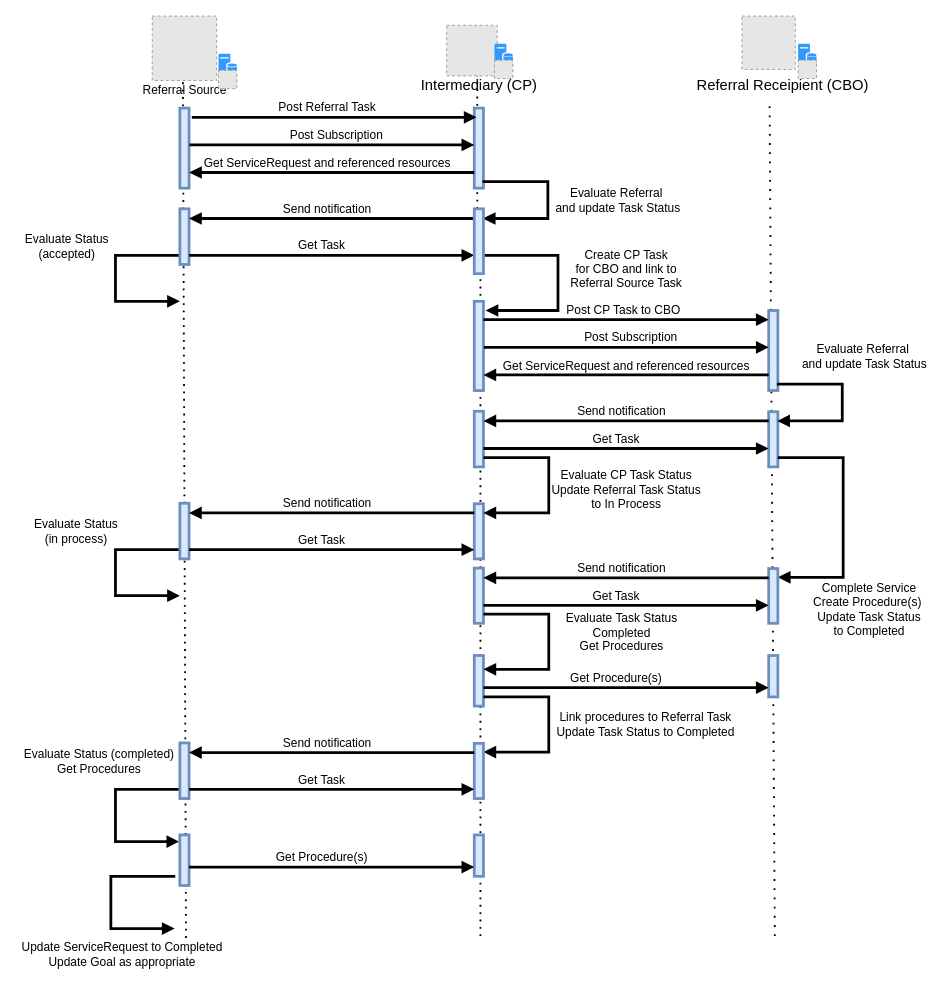
Above: Images Source/IndirectReferralDetail.drawio in HL7/fhir-sdoh-clinicalcare (draw.io), before the change. Source tidied: cells renumbered, new cells numbered last; positions are measured from the earlier drawing's top-left corner, leaving out a move shared by most shapes. Both pictures are drawn from the tidied source at 92%, with x=0, y=0 at pixel (16, 16). Pictures stored in the file or linked from it are replaced by grey dashed boxes.
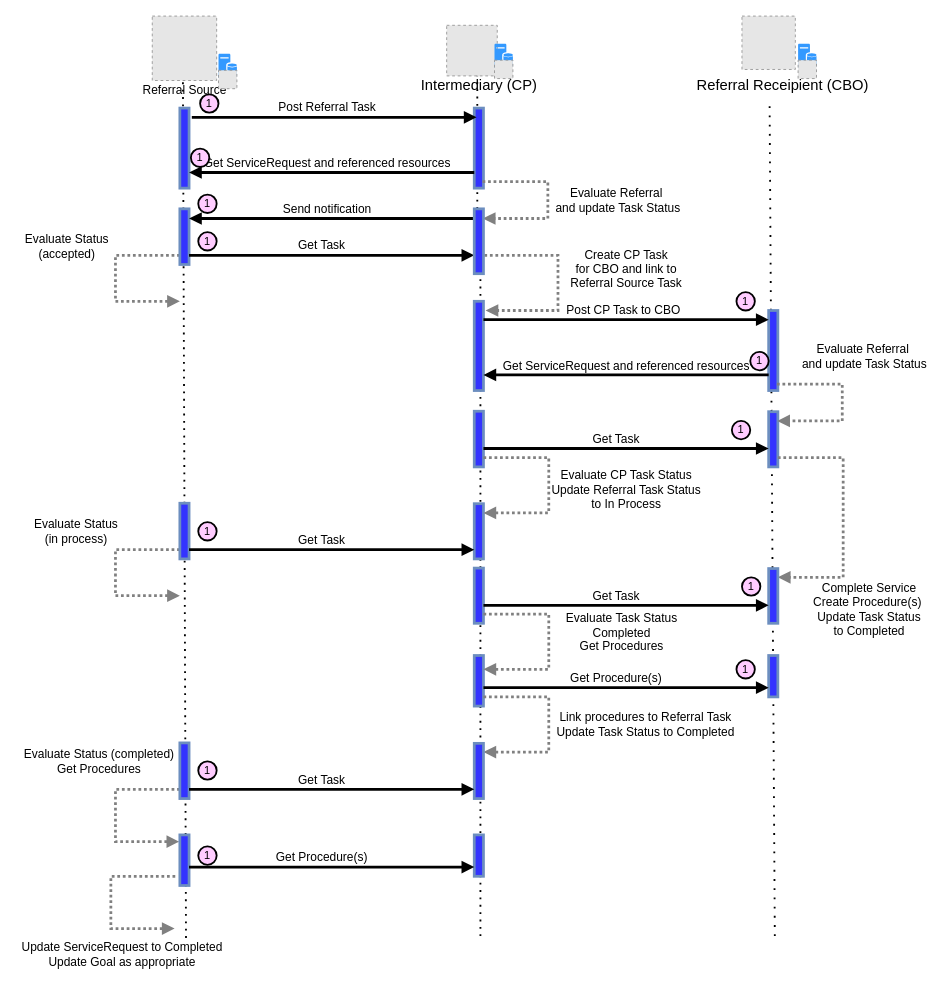
After the change.

Commit message (it also covers changes not shown here):
indirect referral light

Diff of the diagram source:
```diff
@@
-    <mxCell id="6" style="edgeStyle=orthogonalEdgeStyle;html=1;align=left;spacingLeft=2;endArrow=block;rounded=0;strokeWidth=3;fontSize=13;" parent="1" edge="1">
+    <mxCell id="6" style="edgeStyle=orthogonalEdgeStyle;html=1;align=left;spacingLeft=2;endArrow=block;rounded=0;strokeWidth=3;fontSize=13;strokeColor=#808080;dashed=1;dashPattern=1 1;" parent="1" edge="1">
       <mxGeometry x="0.05" y="-20" relative="1" as="geometry">
         <mxPoint x="178" y="260" as="sourcePoint" />
         <mxPoint x="178" y="310" as="targetPoint" />
         <Array as="points">
           <mxPoint x="108" y="260" />
           <mxPoint x="108" y="310" />
           <mxPoint x="173" y="310" />
         </Array>
       </mxGeometry>
     </mxCell>
-    <mxCell id="7" style="html=1;perimeter=orthogonalPerimeter;fillColor=#dae8fc;strokeColor=#6c8ebf;strokeWidth=3;fontSize=13;" parent="1" vertex="1">
+    <mxCell id="7" style="html=1;perimeter=orthogonalPerimeter;fillColor=#3333FF;strokeColor=#6c8ebf;strokeWidth=3;fontSize=13;" parent="1" vertex="1">
       <mxGeometry x="498" y="695" width="10" height="55" as="geometry" />
     </mxCell>
-    <mxCell id="8" style="html=1;perimeter=orthogonalPerimeter;fillColor=#dae8fc;strokeColor=#6c8ebf;strokeWidth=3;fontSize=13;" parent="1" vertex="1">
+    <mxCell id="8" style="html=1;perimeter=orthogonalPerimeter;fillColor=#3333FF;strokeColor=#6c8ebf;strokeWidth=3;fontSize=13;" parent="1" vertex="1">
       <mxGeometry x="178" y="100" width="10" height="87" as="geometry" />
     </mxCell>
-    <mxCell id="9" style="html=1;perimeter=orthogonalPerimeter;fillColor=#dae8fc;strokeColor=#6c8ebf;strokeWidth=3;fontSize=13;" parent="1" vertex="1">
+    <mxCell id="9" style="html=1;perimeter=orthogonalPerimeter;fillColor=#3333FF;strokeColor=#6c8ebf;strokeWidth=3;fontSize=13;" parent="1" vertex="1">
       <mxGeometry x="498" y="100" width="10" height="87" as="geometry" />
     </mxCell>
@@
-    <mxCell id="12" value="&lt;span style=&quot;font-size: 13px;&quot;&gt;Post Subscription&lt;br style=&quot;font-size: 13px;&quot;&gt;&lt;/span&gt;" style="html=1;verticalAlign=bottom;endArrow=block;strokeWidth=3;fontSize=13;" parent="1" edge="1">
-      <mxGeometry x="0.03" relative="1" as="geometry">
-        <mxPoint x="188.5" y="140" as="sourcePoint" />
-        <mxPoint x="498" y="140" as="targetPoint" />
-        <Array as="points">
-          <mxPoint x="348" y="140" />
-        </Array>
-      </mxGeometry>
-    </mxCell>
-    <mxCell id="13" style="edgeStyle=orthogonalEdgeStyle;html=1;align=left;spacingLeft=2;endArrow=block;rounded=0;entryX=0.933;entryY=0.167;entryDx=0;entryDy=0;entryPerimeter=0;strokeWidth=3;fontSize=13;" parent="1" edge="1">
+    <mxCell id="13" style="edgeStyle=orthogonalEdgeStyle;html=1;align=left;spacingLeft=2;endArrow=block;rounded=0;entryX=0.933;entryY=0.167;entryDx=0;entryDy=0;entryPerimeter=0;strokeWidth=3;fontSize=13;strokeColor=#808080;dashed=1;dashPattern=1 1;" parent="1" edge="1">
       <mxGeometry x="-0.01" y="-60" relative="1" as="geometry">
         <mxPoint x="507" y="180" as="sourcePoint" />
         <mxPoint x="507.3" y="220" as="targetPoint" />
         <Array as="points">
           <mxPoint x="578" y="180" />
           <mxPoint x="578" y="220" />
         </Array>
       </mxGeometry>
     </mxCell>
-    <mxCell id="14" style="html=1;perimeter=orthogonalPerimeter;fillColor=#dae8fc;strokeColor=#6c8ebf;strokeWidth=3;fontSize=13;" parent="1" vertex="1">
+    <mxCell id="14" style="html=1;perimeter=orthogonalPerimeter;fillColor=#3333FF;strokeColor=#6c8ebf;strokeWidth=3;fontSize=13;" parent="1" vertex="1">
       <mxGeometry x="178" y="209.5" width="10" height="60.5" as="geometry" />
     </mxCell>
@@
-    <mxCell id="17" style="html=1;points=[];perimeter=orthogonalPerimeter;fillColor=#dae8fc;strokeColor=#6c8ebf;strokeWidth=3;fontSize=13;" parent="1" vertex="1">
+    <mxCell id="17" style="html=1;points=[];perimeter=orthogonalPerimeter;fillColor=#3333FF;strokeColor=#6c8ebf;strokeWidth=3;fontSize=13;" parent="1" vertex="1">
       <mxGeometry x="818" y="430" width="10" height="60" as="geometry" />
     </mxCell>
-    <mxCell id="18" style="html=1;perimeter=orthogonalPerimeter;fillColor=#dae8fc;strokeColor=#6c8ebf;strokeWidth=3;fontSize=13;" parent="1" vertex="1">
+    <mxCell id="18" style="html=1;perimeter=orthogonalPerimeter;fillColor=#3333FF;strokeColor=#6c8ebf;strokeWidth=3;fontSize=13;" parent="1" vertex="1">
       <mxGeometry x="498" y="310" width="10" height="97" as="geometry" />
     </mxCell>
-    <mxCell id="19" style="html=1;perimeter=orthogonalPerimeter;fillColor=#dae8fc;strokeColor=#6c8ebf;strokeWidth=3;fontSize=13;" parent="1" vertex="1">
+    <mxCell id="19" style="html=1;perimeter=orthogonalPerimeter;fillColor=#3333FF;strokeColor=#6c8ebf;strokeWidth=3;fontSize=13;" parent="1" vertex="1">
       <mxGeometry x="818" y="320" width="10" height="87" as="geometry" />
     </mxCell>
@@
-    <mxCell id="22" value="&lt;span style=&quot;font-size: 13px;&quot;&gt;Post Subscription&lt;br style=&quot;font-size: 13px;&quot;&gt;&lt;/span&gt;" style="html=1;verticalAlign=bottom;endArrow=block;strokeWidth=3;fontSize=13;" parent="1" edge="1">
-      <mxGeometry x="0.03" relative="1" as="geometry">
-        <mxPoint x="508.5" y="360" as="sourcePoint" />
-        <mxPoint x="818" y="360" as="targetPoint" />
-        <Array as="points">
-          <mxPoint x="668" y="360" />
-        </Array>
-      </mxGeometry>
-    </mxCell>
-    <mxCell id="23" style="edgeStyle=orthogonalEdgeStyle;html=1;align=left;spacingLeft=2;endArrow=block;rounded=0;entryX=0.933;entryY=0.167;entryDx=0;entryDy=0;entryPerimeter=0;strokeWidth=3;fontSize=13;" parent="1" edge="1" target="17">
+    <mxCell id="23" style="edgeStyle=orthogonalEdgeStyle;html=1;align=left;spacingLeft=2;endArrow=block;rounded=0;entryX=0.933;entryY=0.167;entryDx=0;entryDy=0;entryPerimeter=0;strokeWidth=3;fontSize=13;strokeColor=#808080;dashed=1;dashPattern=1 1;" parent="1" edge="1" target="17">
       <mxGeometry x="-0.01" y="-60" relative="1" as="geometry">
         <mxPoint x="827" y="400" as="sourcePoint" />
         <Array as="points">
           <mxPoint x="898" y="400" />
           <mxPoint x="898" y="440" />
         </Array>
       </mxGeometry>
     </mxCell>
-    <mxCell id="24" style="html=1;perimeter=orthogonalPerimeter;fillColor=#dae8fc;strokeColor=#6c8ebf;strokeWidth=3;fontSize=13;" parent="1" vertex="1">
+    <mxCell id="24" style="html=1;perimeter=orthogonalPerimeter;fillColor=#3333FF;strokeColor=#6c8ebf;strokeWidth=3;fontSize=13;" parent="1" vertex="1">
       <mxGeometry x="498" y="429.5" width="10" height="60.5" as="geometry" />
     </mxCell>
-    <mxCell id="25" value="&lt;font style=&quot;font-size: 13px;&quot;&gt;Send notification&lt;/font&gt;" style="html=1;verticalAlign=bottom;endArrow=block;strokeWidth=3;fontSize=13;" parent="1" edge="1">
-      <mxGeometry x="0.03" relative="1" as="geometry">
-        <mxPoint x="818" y="440" as="sourcePoint" />
-        <mxPoint x="508" y="440" as="targetPoint" />
-      </mxGeometry>
-    </mxCell>
@@
-    <mxCell id="27" style="edgeStyle=orthogonalEdgeStyle;html=1;align=left;spacingLeft=2;endArrow=block;rounded=0;entryX=1.133;entryY=0.103;entryDx=0;entryDy=0;entryPerimeter=0;strokeWidth=3;fontSize=13;" parent="1" edge="1">
+    <mxCell id="27" style="edgeStyle=orthogonalEdgeStyle;html=1;align=left;spacingLeft=2;endArrow=block;rounded=0;entryX=1.133;entryY=0.103;entryDx=0;entryDy=0;entryPerimeter=0;strokeWidth=3;fontSize=13;strokeColor=#808080;dashed=1;dashPattern=1 1;" parent="1" edge="1">
       <mxGeometry x="-0.01" y="-60" relative="1" as="geometry">
         <mxPoint x="509" y="260" as="sourcePoint" />
         <mxPoint x="510.3" y="320" as="targetPoint" />
         <Array as="points">
           <mxPoint x="589" y="260" />
           <mxPoint x="589" y="320" />
         </Array>
       </mxGeometry>
     </mxCell>
-    <mxCell id="28" style="html=1;perimeter=orthogonalPerimeter;fillColor=#dae8fc;strokeColor=#6c8ebf;strokeWidth=3;fontSize=13;" parent="1" vertex="1">
+    <mxCell id="28" style="html=1;perimeter=orthogonalPerimeter;fillColor=#3333FF;strokeColor=#6c8ebf;strokeWidth=3;fontSize=13;" parent="1" vertex="1">
       <mxGeometry x="498" y="530" width="10" height="60" as="geometry" />
     </mxCell>
-    <mxCell id="29" style="edgeStyle=orthogonalEdgeStyle;html=1;align=left;spacingLeft=2;endArrow=block;rounded=0;strokeWidth=3;fontSize=13;" parent="1" edge="1">
+    <mxCell id="29" style="edgeStyle=orthogonalEdgeStyle;html=1;align=left;spacingLeft=2;endArrow=block;rounded=0;strokeWidth=3;fontSize=13;strokeColor=#808080;dashed=1;dashPattern=1 1;" parent="1" edge="1">
       <mxGeometry x="0.05" y="-20" relative="1" as="geometry">
         <mxPoint x="178" y="580" as="sourcePoint" />
         <mxPoint x="178" y="630" as="targetPoint" />
         <Array as="points">
           <mxPoint x="108" y="580" />
           <mxPoint x="108" y="630" />
           <mxPoint x="173" y="630" />
         </Array>
       </mxGeometry>
     </mxCell>
-    <mxCell id="30" style="html=1;perimeter=orthogonalPerimeter;fillColor=#dae8fc;strokeColor=#6c8ebf;strokeWidth=3;fontSize=13;" parent="1" vertex="1">
+    <mxCell id="30" style="html=1;perimeter=orthogonalPerimeter;fillColor=#3333FF;strokeColor=#6c8ebf;strokeWidth=3;fontSize=13;" parent="1" vertex="1">
       <mxGeometry x="178" y="529.5" width="10" height="60.5" as="geometry" />
     </mxCell>
-    <mxCell id="31" value="&lt;font style=&quot;font-size: 13px;&quot;&gt;Send notification&lt;/font&gt;" style="html=1;verticalAlign=bottom;endArrow=block;strokeWidth=3;fontSize=13;" parent="1" edge="1">
-      <mxGeometry x="0.03" relative="1" as="geometry">
-        <mxPoint x="498" y="540" as="sourcePoint" />
-        <mxPoint x="188" y="540" as="targetPoint" />
-      </mxGeometry>
-    </mxCell>
@@
-    <mxCell id="33" style="edgeStyle=orthogonalEdgeStyle;html=1;align=left;spacingLeft=2;endArrow=block;rounded=0;strokeWidth=3;fontSize=13;" parent="1" edge="1">
+    <mxCell id="33" style="edgeStyle=orthogonalEdgeStyle;html=1;align=left;spacingLeft=2;endArrow=block;rounded=0;strokeWidth=3;fontSize=13;strokeColor=#808080;dashed=1;dashPattern=1 1;" parent="1" edge="1">
       <mxGeometry x="0.9" y="-30" relative="1" as="geometry">
         <mxPoint x="508" y="480" as="sourcePoint" />
         <mxPoint x="508" y="540" as="targetPoint" />
         <Array as="points">
           <mxPoint x="579" y="480" />
           <mxPoint x="579" y="540" />
           <mxPoint x="508" y="540" />
         </Array>
       </mxGeometry>
     </mxCell>
-    <mxCell id="34" style="edgeStyle=orthogonalEdgeStyle;html=1;align=left;spacingLeft=2;endArrow=block;rounded=0;strokeWidth=3;fontSize=13;" parent="1" edge="1">
+    <mxCell id="34" style="edgeStyle=orthogonalEdgeStyle;html=1;align=left;spacingLeft=2;endArrow=block;rounded=0;strokeWidth=3;fontSize=13;strokeColor=#808080;dashed=1;dashPattern=1 1;" parent="1" edge="1">
       <mxGeometry x="-0.11" y="-41" relative="1" as="geometry">
         <mxPoint x="828" y="480" as="sourcePoint" />
         <mxPoint x="828" y="610" as="targetPoint" />
         <Array as="points">
           <mxPoint x="899" y="480" />
           <mxPoint x="899" y="610" />
           <mxPoint x="828" y="610" />
         </Array>
       </mxGeometry>
     </mxCell>
-    <mxCell id="35" style="html=1;perimeter=orthogonalPerimeter;fillColor=#dae8fc;strokeColor=#6c8ebf;strokeWidth=3;fontSize=13;" parent="1" vertex="1">
+    <mxCell id="35" style="html=1;perimeter=orthogonalPerimeter;fillColor=#3333FF;strokeColor=#6c8ebf;strokeWidth=3;fontSize=13;" parent="1" vertex="1">
       <mxGeometry x="818" y="600.5" width="10" height="59.5" as="geometry" />
     </mxCell>
-    <mxCell id="36" style="html=1;perimeter=orthogonalPerimeter;fillColor=#dae8fc;strokeColor=#6c8ebf;strokeWidth=3;fontSize=13;" parent="1" vertex="1">
+    <mxCell id="36" style="html=1;perimeter=orthogonalPerimeter;fillColor=#3333FF;strokeColor=#6c8ebf;strokeWidth=3;fontSize=13;" parent="1" vertex="1">
       <mxGeometry x="498" y="600" width="10" height="60" as="geometry" />
     </mxCell>
-    <mxCell id="37" value="&lt;font style=&quot;font-size: 13px;&quot;&gt;Send notification&lt;/font&gt;" style="html=1;verticalAlign=bottom;endArrow=block;strokeWidth=3;fontSize=13;" parent="1" edge="1">
-      <mxGeometry x="0.03" relative="1" as="geometry">
-        <mxPoint x="818" y="610.5" as="sourcePoint" />
-        <mxPoint x="508" y="610.5" as="targetPoint" />
-      </mxGeometry>
-    </mxCell>
@@
-    <mxCell id="39" style="edgeStyle=orthogonalEdgeStyle;html=1;align=left;spacingLeft=2;endArrow=block;rounded=0;strokeWidth=3;fontSize=13;" parent="1" edge="1">
+    <mxCell id="39" style="edgeStyle=orthogonalEdgeStyle;html=1;align=left;spacingLeft=2;endArrow=block;rounded=0;strokeWidth=3;fontSize=13;strokeColor=#808080;dashed=1;dashPattern=1 1;" parent="1" edge="1">
       <mxGeometry x="0.9" y="-30" relative="1" as="geometry">
         <mxPoint x="508" y="650" as="sourcePoint" />
         <mxPoint x="508" y="710" as="targetPoint" />
         <Array as="points">
           <mxPoint x="579" y="650" />
           <mxPoint x="579" y="710" />
           <mxPoint x="508" y="710" />
         </Array>
       </mxGeometry>
     </mxCell>
-    <mxCell id="40" style="html=1;perimeter=orthogonalPerimeter;fillColor=#dae8fc;strokeColor=#6c8ebf;strokeWidth=3;fontSize=13;" parent="1" vertex="1">
+    <mxCell id="40" style="html=1;perimeter=orthogonalPerimeter;fillColor=#3333FF;strokeColor=#6c8ebf;strokeWidth=3;fontSize=13;" parent="1" vertex="1">
       <mxGeometry x="818" y="695" width="10" height="45" as="geometry" />
     </mxCell>
@@
-    <mxCell id="42" style="edgeStyle=orthogonalEdgeStyle;html=1;align=left;spacingLeft=2;endArrow=block;rounded=0;strokeWidth=3;fontSize=13;" parent="1" edge="1">
+    <mxCell id="42" style="edgeStyle=orthogonalEdgeStyle;html=1;align=left;spacingLeft=2;endArrow=block;rounded=0;strokeWidth=3;fontSize=13;strokeColor=#808080;dashed=1;dashPattern=1 1;" parent="1" edge="1">
       <mxGeometry x="0.9" y="-30" relative="1" as="geometry">
         <mxPoint x="508" y="740" as="sourcePoint" />
         <mxPoint x="508" y="800" as="targetPoint" />
         <Array as="points">
           <mxPoint x="579" y="740" />
           <mxPoint x="579" y="800" />
           <mxPoint x="508" y="800" />
         </Array>
       </mxGeometry>
     </mxCell>
-    <mxCell id="43" style="html=1;perimeter=orthogonalPerimeter;fillColor=#dae8fc;strokeColor=#6c8ebf;strokeWidth=3;fontSize=13;" parent="1" vertex="1">
+    <mxCell id="43" style="html=1;perimeter=orthogonalPerimeter;fillColor=#3333FF;strokeColor=#6c8ebf;strokeWidth=3;fontSize=13;" parent="1" vertex="1">
       <mxGeometry x="498" y="790.5" width="10" height="60" as="geometry" />
     </mxCell>
-    <mxCell id="44" style="edgeStyle=orthogonalEdgeStyle;html=1;align=left;spacingLeft=2;endArrow=block;rounded=0;entryX=-0.067;entryY=0.133;entryDx=0;entryDy=0;entryPerimeter=0;strokeWidth=3;fontSize=13;" parent="1" edge="1" target="48">
+    <mxCell id="44" style="edgeStyle=orthogonalEdgeStyle;html=1;align=left;spacingLeft=2;endArrow=block;rounded=0;entryX=-0.067;entryY=0.133;entryDx=0;entryDy=0;entryPerimeter=0;strokeWidth=3;fontSize=13;strokeColor=#808080;dashed=1;dashPattern=1 1;" parent="1" edge="1" target="48">
       <mxGeometry x="0.01" y="-20" relative="1" as="geometry">
         <mxPoint x="178" y="840.5" as="sourcePoint" />
         <Array as="points">
           <mxPoint x="108" y="841" />
           <mxPoint x="108" y="897" />
         </Array>
         <mxPoint y="1" as="offset" />
       </mxGeometry>
     </mxCell>
-    <mxCell id="45" style="html=1;perimeter=orthogonalPerimeter;fillColor=#dae8fc;strokeColor=#6c8ebf;strokeWidth=3;fontSize=13;" parent="1" vertex="1">
+    <mxCell id="45" style="html=1;perimeter=orthogonalPerimeter;fillColor=#3333FF;strokeColor=#6c8ebf;strokeWidth=3;fontSize=13;" parent="1" vertex="1">
       <mxGeometry x="178" y="790" width="10" height="60.5" as="geometry" />
     </mxCell>
-    <mxCell id="46" value="&lt;font style=&quot;font-size: 13px;&quot;&gt;Send notification&lt;/font&gt;" style="html=1;verticalAlign=bottom;endArrow=block;strokeWidth=3;fontSize=13;" parent="1" edge="1">
-      <mxGeometry x="0.03" relative="1" as="geometry">
-        <mxPoint x="498" y="800.5" as="sourcePoint" />
-        <mxPoint x="188" y="800.5" as="targetPoint" />
-      </mxGeometry>
-    </mxCell>
@@
-    <mxCell id="48" style="html=1;points=[];perimeter=orthogonalPerimeter;fillColor=#dae8fc;strokeColor=#6c8ebf;strokeWidth=3;fontSize=13;" parent="1" vertex="1">
+    <mxCell id="48" style="html=1;points=[];perimeter=orthogonalPerimeter;fillColor=#3333FF;strokeColor=#6c8ebf;strokeWidth=3;fontSize=13;" parent="1" vertex="1">
       <mxGeometry x="178" y="890" width="10" height="55" as="geometry" />
     </mxCell>
-    <mxCell id="49" style="html=1;perimeter=orthogonalPerimeter;fillColor=#dae8fc;strokeColor=#6c8ebf;strokeWidth=3;fontSize=13;" parent="1" vertex="1">
+    <mxCell id="49" style="html=1;perimeter=orthogonalPerimeter;fillColor=#3333FF;strokeColor=#6c8ebf;strokeWidth=3;fontSize=13;" parent="1" vertex="1">
       <mxGeometry x="498" y="890" width="10" height="45" as="geometry" />
     </mxCell>
@@
-    <mxCell id="51" style="edgeStyle=orthogonalEdgeStyle;html=1;align=left;spacingLeft=2;endArrow=block;rounded=0;entryX=-0.067;entryY=0.133;entryDx=0;entryDy=0;entryPerimeter=0;strokeWidth=3;fontSize=13;" parent="1" edge="1">
+    <mxCell id="51" style="edgeStyle=orthogonalEdgeStyle;html=1;align=left;spacingLeft=2;endArrow=block;rounded=0;entryX=-0.067;entryY=0.133;entryDx=0;entryDy=0;entryPerimeter=0;strokeWidth=3;fontSize=13;strokeColor=#808080;dashed=1;dashPattern=1 1;" parent="1" edge="1">
       <mxGeometry x="0.07" y="-25" relative="1" as="geometry">
         <mxPoint x="173" y="935" as="sourcePoint" />
         <mxPoint x="172.3" y="991.8" as="targetPoint" />
         <Array as="points">
           <mxPoint x="103" y="935.5" />
           <mxPoint x="103" y="991.5" />
         </Array>
       </mxGeometry>
     </mxCell>
@@
-    <mxCell id="71" style="html=1;points=[];perimeter=orthogonalPerimeter;fillColor=#dae8fc;strokeColor=#6c8ebf;strokeWidth=3;fontSize=13;" parent="1" vertex="1">
+    <mxCell id="71" style="html=1;points=[];perimeter=orthogonalPerimeter;fillColor=#3333FF;strokeColor=#6c8ebf;strokeWidth=3;fontSize=13;" parent="1" vertex="1">
       <mxGeometry x="498" y="209.5" width="10" height="70.5" as="geometry" />
     </mxCell>
@@
+    <mxCell id="80" value="1" style="ellipse;whiteSpace=wrap;html=1;fontSize=12;fillColor=#FFCCFF;fontStyle=0;strokeWidth=2;" parent="1" vertex="1">
+      <mxGeometry x="200" y="85" width="20" height="20" as="geometry" />
+    </mxCell>
+    <mxCell id="81" value="1" style="ellipse;whiteSpace=wrap;html=1;fontSize=12;fillColor=#FFCCFF;fontStyle=0;strokeWidth=2;" parent="1" vertex="1">
+      <mxGeometry x="190" y="144" width="20" height="20" as="geometry" />
+    </mxCell>
+    <mxCell id="82" value="1" style="ellipse;whiteSpace=wrap;html=1;fontSize=12;fillColor=#FFCCFF;fontStyle=0;strokeWidth=2;" parent="1" vertex="1">
+      <mxGeometry x="783" y="700" width="20" height="20" as="geometry" />
+    </mxCell>
+    <mxCell id="83" value="1" style="ellipse;whiteSpace=wrap;html=1;fontSize=12;fillColor=#FFCCFF;fontStyle=0;strokeWidth=2;" parent="1" vertex="1">
+      <mxGeometry x="789" y="610" width="20" height="20" as="geometry" />
+    </mxCell>
+    <mxCell id="84" value="1" style="ellipse;whiteSpace=wrap;html=1;fontSize=12;fillColor=#FFCCFF;fontStyle=0;strokeWidth=2;" parent="1" vertex="1">
+      <mxGeometry x="778" y="440" width="20" height="20" as="geometry" />
+    </mxCell>
+    <mxCell id="85" value="1" style="ellipse;whiteSpace=wrap;html=1;fontSize=12;fillColor=#FFCCFF;fontStyle=0;strokeWidth=2;" parent="1" vertex="1">
+      <mxGeometry x="798" y="365" width="20" height="20" as="geometry" />
+    </mxCell>
+    <mxCell id="86" value="1" style="ellipse;whiteSpace=wrap;html=1;fontSize=12;fillColor=#FFCCFF;fontStyle=0;strokeWidth=2;" parent="1" vertex="1">
+      <mxGeometry x="783" y="300" width="20" height="20" as="geometry" />
+    </mxCell>
+    <mxCell id="87" value="1" style="ellipse;whiteSpace=wrap;html=1;fontSize=12;fillColor=#FFCCFF;fontStyle=0;strokeWidth=2;" parent="1" vertex="1">
+      <mxGeometry x="198" y="194" width="20" height="20" as="geometry" />
+    </mxCell>
+    <mxCell id="88" value="1" style="ellipse;whiteSpace=wrap;html=1;fontSize=12;fillColor=#FFCCFF;fontStyle=0;strokeWidth=2;" parent="1" vertex="1">
+      <mxGeometry x="198" y="234.8" width="20" height="20" as="geometry" />
+    </mxCell>
+    <mxCell id="89" value="1" style="ellipse;whiteSpace=wrap;html=1;fontSize=12;fillColor=#FFCCFF;fontStyle=0;strokeWidth=2;" parent="1" vertex="1">
+      <mxGeometry x="198" y="550" width="20" height="20" as="geometry" />
+    </mxCell>
+    <mxCell id="90" value="1" style="ellipse;whiteSpace=wrap;html=1;fontSize=12;fillColor=#FFCCFF;fontStyle=0;strokeWidth=2;" parent="1" vertex="1">
+      <mxGeometry x="198" y="810" width="20" height="20" as="geometry" />
+    </mxCell>
+    <mxCell id="91" value="1" style="ellipse;whiteSpace=wrap;html=1;fontSize=12;fillColor=#FFCCFF;fontStyle=0;strokeWidth=2;" parent="1" vertex="1">
+      <mxGeometry x="198" y="902.5" width="20" height="20" as="geometry" />
+    </mxCell>
```
